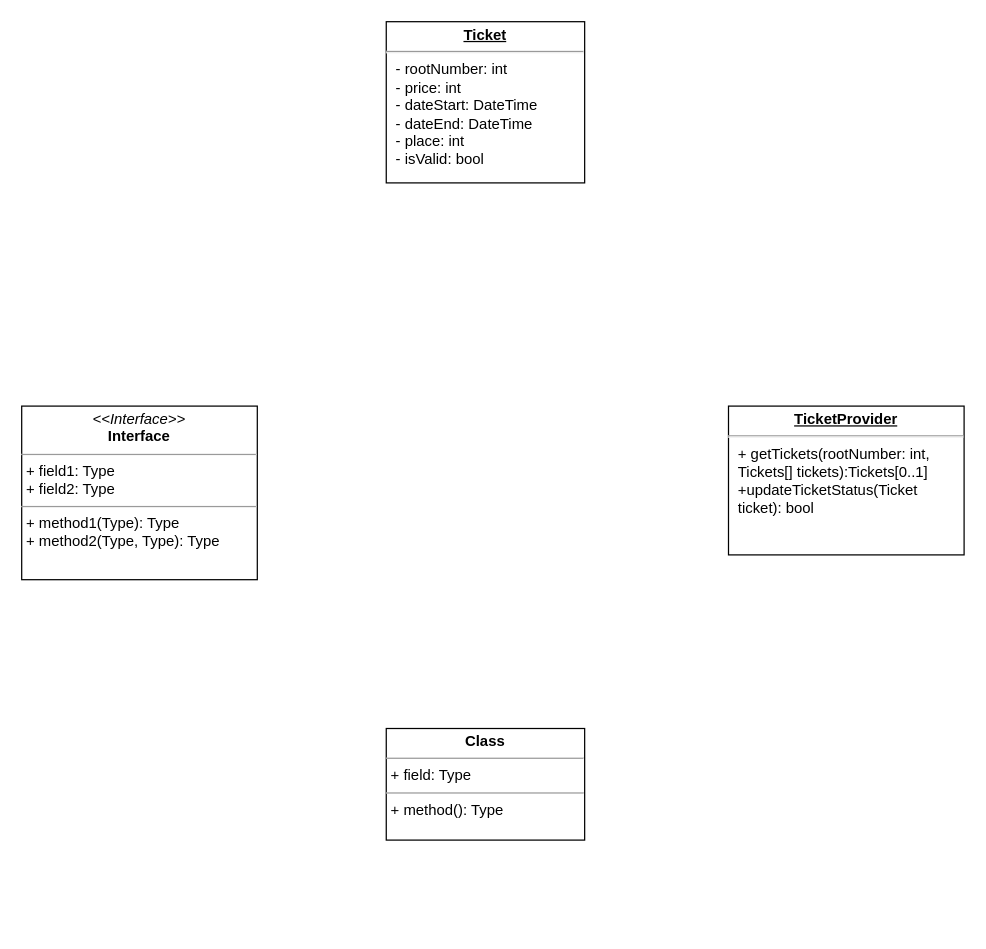
Above: UML/Диаграмма без названия.drawio in bayushidzen/ArchStore (draw.io), before the change. Source tidied: cells renumbered, new cells numbered last; positions are measured from the earlier drawing's top-left corner, leaving out a move shared by most shapes. Both pictures are drawn from the tidied source at 124%, with x=0, y=0 at pixel (21, 21).
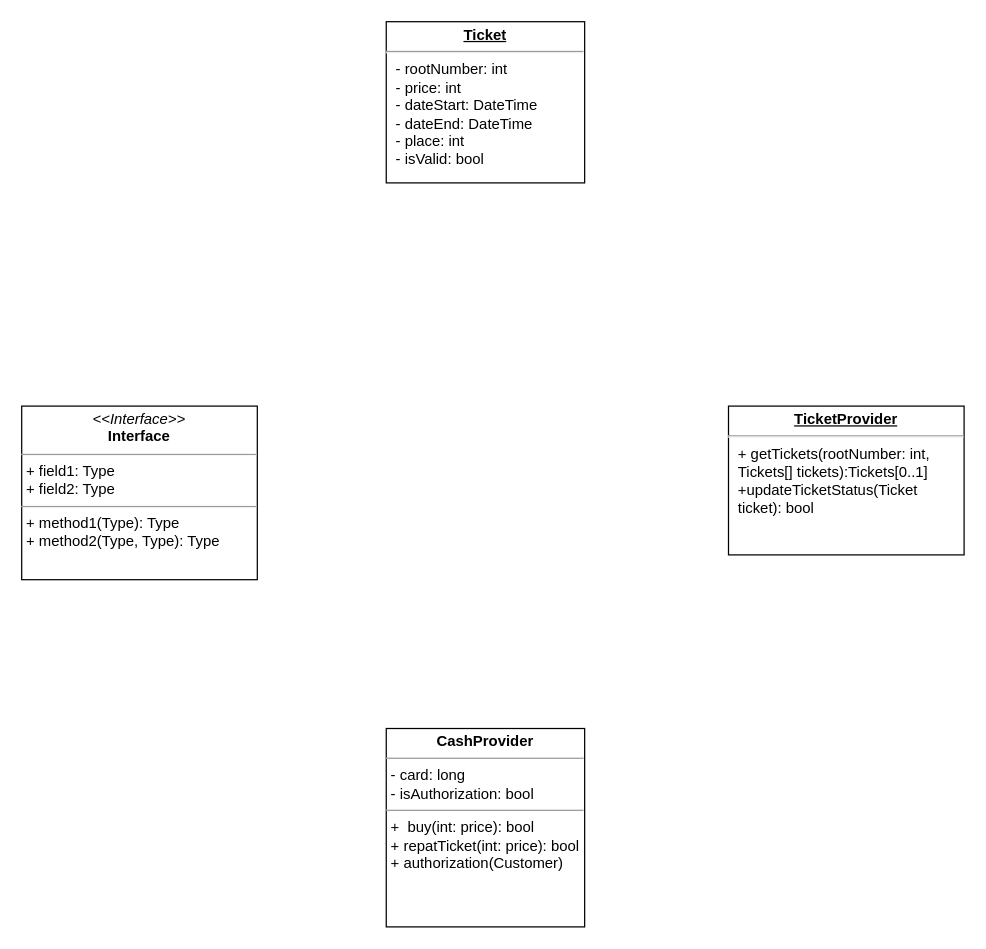
After the change.

Change to the diagram source:
```diff
@@
 <mxGraphModel>
   <root>
     <mxCell id="0" />
     <mxCell id="1" parent="0" />
     <mxCell id="2" value="&lt;p style=&quot;margin:0px;margin-top:4px;text-align:center;&quot;&gt;&lt;i&gt;&amp;lt;&amp;lt;Interface&amp;gt;&amp;gt;&lt;/i&gt;&lt;br/&gt;&lt;b&gt;Interface&lt;/b&gt;&lt;/p&gt;&lt;hr size=&quot;1&quot;/&gt;&lt;p style=&quot;margin:0px;margin-left:4px;&quot;&gt;+ field1: Type&lt;br/&gt;+ field2: Type&lt;/p&gt;&lt;hr size=&quot;1&quot;/&gt;&lt;p style=&quot;margin:0px;margin-left:4px;&quot;&gt;+ method1(Type): Type&lt;br/&gt;+ method2(Type, Type): Type&lt;/p&gt;" style="verticalAlign=top;align=left;overflow=fill;fontSize=12;fontFamily=Helvetica;html=1;whiteSpace=wrap;" parent="1" vertex="1">
       <mxGeometry y="310" width="190" height="140" as="geometry" />
     </mxCell>
     <mxCell id="3" value="&lt;p style=&quot;margin:0px;margin-top:4px;text-align:center;text-decoration:underline;&quot;&gt;&lt;b&gt;Ticket&lt;/b&gt;&lt;/p&gt;&lt;hr&gt;&lt;p style=&quot;margin:0px;margin-left:8px;&quot;&gt;- rootNumber: int&lt;/p&gt;&lt;p style=&quot;margin:0px;margin-left:8px;&quot;&gt;- price: int&lt;/p&gt;&lt;p style=&quot;margin:0px;margin-left:8px;&quot;&gt;- dateStart: DateTime&lt;/p&gt;&lt;p style=&quot;margin:0px;margin-left:8px;&quot;&gt;- dateEnd: DateTime&lt;/p&gt;&lt;p style=&quot;margin:0px;margin-left:8px;&quot;&gt;- place: int&lt;/p&gt;&lt;p style=&quot;margin:0px;margin-left:8px;&quot;&gt;- isValid: bool&lt;/p&gt;" style="verticalAlign=top;align=left;overflow=fill;fontSize=12;fontFamily=Helvetica;html=1;whiteSpace=wrap;" parent="1" vertex="1">
       <mxGeometry x="294" width="160" height="130" as="geometry" />
     </mxCell>
     <mxCell id="4" value="&lt;p style=&quot;margin:0px;margin-top:4px;text-align:center;text-decoration:underline;&quot;&gt;&lt;b&gt;TicketProvider&lt;/b&gt;&lt;/p&gt;&lt;hr&gt;&lt;p style=&quot;margin:0px;margin-left:8px;&quot;&gt;+ getTickets(rootNumber: int, Tickets[] tickets):Tickets[0..1]&lt;/p&gt;&lt;p style=&quot;margin:0px;margin-left:8px;&quot;&gt;+updateTicketStatus(Ticket ticket): bool&amp;nbsp;&lt;/p&gt;" style="verticalAlign=top;align=left;overflow=fill;fontSize=12;fontFamily=Helvetica;html=1;whiteSpace=wrap;" parent="1" vertex="1">
       <mxGeometry x="570" y="310" width="190" height="120" as="geometry" />
     </mxCell>
-    <mxCell id="5" value="&lt;p style=&quot;margin:0px;margin-top:4px;text-align:center;&quot;&gt;&lt;b&gt;Class&lt;/b&gt;&lt;/p&gt;&lt;hr size=&quot;1&quot;/&gt;&lt;p style=&quot;margin:0px;margin-left:4px;&quot;&gt;+ field: Type&lt;/p&gt;&lt;hr size=&quot;1&quot;/&gt;&lt;p style=&quot;margin:0px;margin-left:4px;&quot;&gt;+ method(): Type&lt;/p&gt;" style="verticalAlign=top;align=left;overflow=fill;fontSize=12;fontFamily=Helvetica;html=1;whiteSpace=wrap;" parent="1" vertex="1">
-      <mxGeometry x="294" y="570" width="160" height="90" as="geometry" />
+    <mxCell id="5" value="&lt;p style=&quot;margin:0px;margin-top:4px;text-align:center;&quot;&gt;&lt;b&gt;CashProvider&lt;/b&gt;&lt;/p&gt;&lt;hr size=&quot;1&quot;&gt;&lt;p style=&quot;margin:0px;margin-left:4px;&quot;&gt;- card: long&lt;/p&gt;&lt;p style=&quot;margin:0px;margin-left:4px;&quot;&gt;- isAuthorization: bool&lt;/p&gt;&lt;hr size=&quot;1&quot;&gt;&lt;p style=&quot;margin:0px;margin-left:4px;&quot;&gt;+&amp;nbsp; buy(int: price): bool&lt;/p&gt;&lt;p style=&quot;margin:0px;margin-left:4px;&quot;&gt;+ repatTicket(int: price): bool&lt;/p&gt;&lt;p style=&quot;margin:0px;margin-left:4px;&quot;&gt;+ authorization(Customer)&lt;/p&gt;" style="verticalAlign=top;align=left;overflow=fill;fontSize=12;fontFamily=Helvetica;html=1;whiteSpace=wrap;" parent="1" vertex="1">
+      <mxGeometry x="294" y="570" width="160" height="160" as="geometry" />
     </mxCell>
   </root>
 </mxGraphModel>
```
